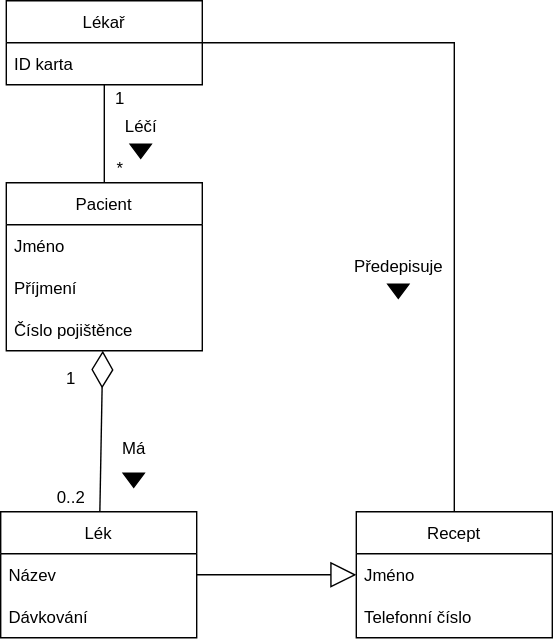
The draw.io diagram 25032022.2.drawio.svg in hongolem/Diagrams, before a commit. Source tidied: cells renumbered, new cells last; positions are measured from the earlier drawing's top-left corner, leaving out a move shared by most shapes.
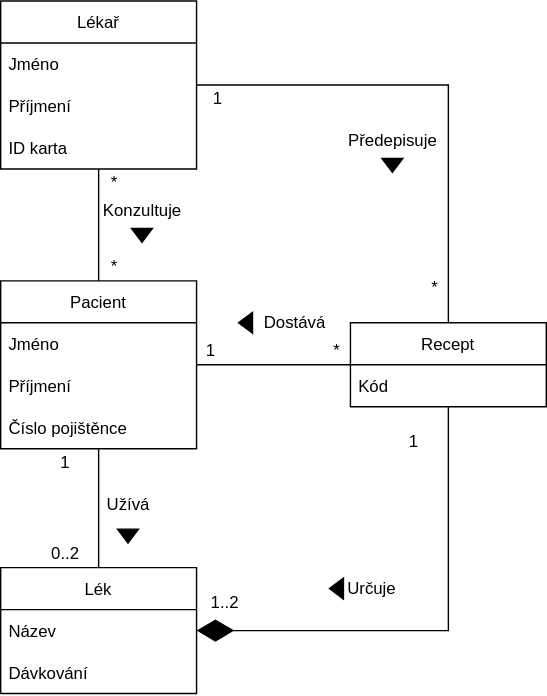
The same file after the commit.

Change to the diagram source:
```diff
@@ -3,13 +3,19 @@
     <mxCell id="0" />
     <mxCell id="1" parent="0" />
     <mxCell id="2" value="Lékař" style="swimlane;fontStyle=0;horizontal=1;startSize=30;" parent="1" vertex="1">
-      <mxGeometry x="4" width="140" height="60" as="geometry" />
+      <mxGeometry x="4" y="-40" width="140" height="120" as="geometry" />
     </mxCell>
+    <mxCell id="28" value="Jméno" style="text;strokeColor=none;fillColor=none;align=left;verticalAlign=middle;spacingLeft=4;spacingRight=4;overflow=hidden;" parent="2" vertex="1">
+      <mxGeometry y="30" width="140" height="30" as="geometry" />
+    </mxCell>
+    <mxCell id="29" value="Příjmení" style="text;strokeColor=none;fillColor=none;align=left;verticalAlign=middle;spacingLeft=4;spacingRight=4;overflow=hidden;" parent="2" vertex="1">
+      <mxGeometry y="60" width="140" height="30" as="geometry" />
+    </mxCell>
     <mxCell id="3" value="ID karta" style="text;strokeColor=none;fillColor=none;align=left;verticalAlign=middle;spacingLeft=4;spacingRight=4;overflow=hidden;" parent="2" vertex="1">
-      <mxGeometry y="30" width="140" height="30" as="geometry" />
+      <mxGeometry y="90" width="140" height="30" as="geometry" />
     </mxCell>
     <mxCell id="4" value="Pacient" style="swimlane;fontStyle=0;horizontal=1;startSize=30;" parent="1" vertex="1">
-      <mxGeometry x="4" y="130" width="140" height="120" as="geometry" />
+      <mxGeometry x="4" y="160" width="140" height="120" as="geometry" />
     </mxCell>
     <mxCell id="5" value="Jméno" style="text;strokeColor=none;fillColor=none;align=left;verticalAlign=middle;spacingLeft=4;spacingRight=4;overflow=hidden;" parent="4" vertex="1">
       <mxGeometry y="30" width="140" height="30" as="geometry" />
@@ -24,19 +30,19 @@
       <mxGeometry relative="1" as="geometry" />
     </mxCell>
     <mxCell id="9" style="triangle;whiteSpace=wrap;html=1;fillColor=#000000;rotation=90;" parent="1" vertex="1">
-      <mxGeometry x="95" y="100" width="10" height="15" as="geometry" />
+      <mxGeometry x="100" y="120" width="10" height="15" as="geometry" />
     </mxCell>
-    <mxCell id="10" value="Léčí" style="text;html=1;align=center;verticalAlign=middle;strokeColor=none;fillColor=none;" parent="1" vertex="1">
-      <mxGeometry x="80" y="80" width="40" height="20" as="geometry" />
+    <mxCell id="10" value="Konzultuje" style="text;html=1;align=center;verticalAlign=middle;strokeColor=none;fillColor=none;" parent="1" vertex="1">
+      <mxGeometry x="70" y="100" width="70" height="20" as="geometry" />
     </mxCell>
-    <mxCell id="11" value="1" style="text;html=1;align=center;verticalAlign=middle;strokeColor=none;fillColor=none;" parent="1" vertex="1">
-      <mxGeometry x="75" y="60" width="20" height="20" as="geometry" />
+    <mxCell id="11" value="*" style="text;html=1;align=center;verticalAlign=middle;strokeColor=none;fillColor=none;" parent="1" vertex="1">
+      <mxGeometry x="75" y="80" width="20" height="20" as="geometry" />
     </mxCell>
     <mxCell id="12" value="*" style="text;html=1;align=center;verticalAlign=middle;strokeColor=none;fillColor=none;" parent="1" vertex="1">
-      <mxGeometry x="75" y="110" width="20" height="20" as="geometry" />
+      <mxGeometry x="75" y="140" width="20" height="20" as="geometry" />
     </mxCell>
     <mxCell id="13" value="Lék" style="swimlane;fontStyle=0;horizontal=1;startSize=30;" parent="1" vertex="1">
-      <mxGeometry y="365" width="140" height="90" as="geometry" />
+      <mxGeometry x="4" y="365" width="140" height="90" as="geometry" />
     </mxCell>
     <mxCell id="14" value="Název" style="text;strokeColor=none;fillColor=none;align=left;verticalAlign=middle;spacingLeft=4;spacingRight=4;overflow=hidden;" parent="13" vertex="1">
       <mxGeometry y="30" width="140" height="30" as="geometry" />
@@ -47,42 +53,76 @@
     <mxCell id="16" style="triangle;whiteSpace=wrap;html=1;fillColor=#000000;rotation=90;" parent="1" vertex="1">
       <mxGeometry x="90" y="335" width="10" height="15" as="geometry" />
     </mxCell>
-    <mxCell id="17" value="Má" style="text;html=1;align=center;verticalAlign=middle;strokeColor=none;fillColor=none;" parent="1" vertex="1">
-      <mxGeometry x="80" y="310" width="30" height="20" as="geometry" />
+    <mxCell id="17" value="Užívá" style="text;html=1;align=center;verticalAlign=middle;strokeColor=none;fillColor=none;" parent="1" vertex="1">
+      <mxGeometry x="70" y="310" width="50" height="20" as="geometry" />
     </mxCell>
     <mxCell id="18" value="0..2" style="text;html=1;align=center;verticalAlign=middle;strokeColor=none;fillColor=none;" parent="1" vertex="1">
       <mxGeometry x="30" y="345" width="40" height="20" as="geometry" />
     </mxCell>
     <mxCell id="19" value="1" style="text;html=1;align=center;verticalAlign=middle;strokeColor=none;fillColor=none;" parent="1" vertex="1">
-      <mxGeometry x="40" y="260" width="20" height="20" as="geometry" />
+      <mxGeometry x="40" y="280" width="20" height="20" as="geometry" />
     </mxCell>
     <mxCell id="20" value="Recept" style="swimlane;fontStyle=0;horizontal=1;startSize=30;" parent="1" vertex="1">
-      <mxGeometry x="254" y="365" width="140" height="90" as="geometry" />
+      <mxGeometry x="254" y="190" width="140" height="60" as="geometry" />
     </mxCell>
-    <mxCell id="21" value="Jméno" style="text;strokeColor=none;fillColor=none;align=left;verticalAlign=middle;spacingLeft=4;spacingRight=4;overflow=hidden;" parent="20" vertex="1">
+    <mxCell id="21" value="Kód" style="text;strokeColor=none;fillColor=none;align=left;verticalAlign=middle;spacingLeft=4;spacingRight=4;overflow=hidden;" parent="20" vertex="1">
       <mxGeometry y="30" width="140" height="30" as="geometry" />
     </mxCell>
-    <mxCell id="22" value="Telefonní číslo" style="text;strokeColor=none;fillColor=none;align=left;verticalAlign=middle;spacingLeft=4;spacingRight=4;overflow=hidden;" parent="20" vertex="1">
-      <mxGeometry y="60" width="140" height="30" as="geometry" />
-    </mxCell>
-    <mxCell id="23" style="endArrow=diamondThin;endFill=0;endSize=24;html=1;rounded=0;" parent="1" edge="1" source="13" target="4">
-      <mxGeometry relative="1" as="geometry" />
-    </mxCell>
-    <mxCell id="24" style="endArrow=block;endSize=16;endFill=0;html=1;rounded=0;" parent="1" edge="1" source="13" target="20">
-      <mxGeometry relative="1" as="geometry" />
-    </mxCell>
     <mxCell id="25" style="endArrow=none;html=1;rounded=0;" parent="1" edge="1" source="2" target="20">
       <mxGeometry relative="1" as="geometry">
         <Array as="points">
-          <mxPoint x="324" y="30" />
+          <mxPoint x="324" y="20" />
         </Array>
       </mxGeometry>
     </mxCell>
     <mxCell id="26" style="triangle;whiteSpace=wrap;html=1;fillColor=#000000;rotation=90;" parent="1" vertex="1">
-      <mxGeometry x="279" y="200" width="10" height="15" as="geometry" />
+      <mxGeometry x="279" y="70" width="10" height="15" as="geometry" />
     </mxCell>
     <mxCell id="27" value="Předepisuje" style="text;html=1;align=center;verticalAlign=middle;strokeColor=none;fillColor=none;" parent="1" vertex="1">
-      <mxGeometry x="244" y="180" width="80" height="20" as="geometry" />
+      <mxGeometry x="244" y="50" width="80" height="20" as="geometry" />
     </mxCell>
+    <mxCell id="23" style="endArrow=none;html=1;rounded=0;" parent="1" edge="1" source="13" target="4">
+      <mxGeometry relative="1" as="geometry" />
+    </mxCell>
+    <mxCell id="30" style="triangle;whiteSpace=wrap;html=1;fillColor=#000000;rotation=-180;" parent="1" vertex="1">
+      <mxGeometry x="239" y="372.5" width="10" height="15" as="geometry" />
+    </mxCell>
+    <mxCell id="31" value="Určuje" style="text;html=1;align=center;verticalAlign=middle;strokeColor=none;fillColor=none;" parent="1" vertex="1">
+      <mxGeometry x="244" y="370" width="50" height="20" as="geometry" />
+    </mxCell>
+    <mxCell id="32" value="1..2" style="text;html=1;align=center;verticalAlign=middle;strokeColor=none;fillColor=none;" parent="1" vertex="1">
+      <mxGeometry x="144" y="380" width="40" height="20" as="geometry" />
+    </mxCell>
+    <mxCell id="33" value="1" style="text;html=1;align=center;verticalAlign=middle;strokeColor=none;fillColor=none;" parent="1" vertex="1">
+      <mxGeometry x="289" y="265" width="20" height="20" as="geometry" />
+    </mxCell>
+    <mxCell id="34" style="endArrow=none;html=1;rounded=0;" parent="1" edge="1" source="20" target="4">
+      <mxGeometry relative="1" as="geometry" />
+    </mxCell>
+    <mxCell id="35" value="*" style="text;html=1;align=center;verticalAlign=middle;strokeColor=none;fillColor=none;" parent="1" vertex="1">
+      <mxGeometry x="304" y="155" width="20" height="20" as="geometry" />
+    </mxCell>
+    <mxCell id="36" value="1" style="text;html=1;align=center;verticalAlign=middle;strokeColor=none;fillColor=none;" parent="1" vertex="1">
+      <mxGeometry x="149" y="20" width="20" height="20" as="geometry" />
+    </mxCell>
+    <mxCell id="37" value="*" style="text;html=1;align=center;verticalAlign=middle;strokeColor=none;fillColor=none;" parent="1" vertex="1">
+      <mxGeometry x="234" y="200" width="20" height="20" as="geometry" />
+    </mxCell>
+    <mxCell id="38" value="1" style="text;html=1;align=center;verticalAlign=middle;strokeColor=none;fillColor=none;" parent="1" vertex="1">
+      <mxGeometry x="144" y="200" width="20" height="20" as="geometry" />
+    </mxCell>
+    <mxCell id="39" style="triangle;whiteSpace=wrap;html=1;fillColor=#000000;rotation=-180;" parent="1" vertex="1">
+      <mxGeometry x="174" y="182.5" width="10" height="15" as="geometry" />
+    </mxCell>
+    <mxCell id="40" value="Dostává" style="text;html=1;align=center;verticalAlign=middle;strokeColor=none;fillColor=none;" parent="1" vertex="1">
+      <mxGeometry x="184" y="180" width="60" height="20" as="geometry" />
+    </mxCell>
+    <mxCell id="41" style="endArrow=diamondThin;endFill=1;endSize=24;html=1;rounded=0;" parent="1" edge="1" source="20" target="13">
+      <mxGeometry relative="1" as="geometry">
+        <Array as="points">
+          <mxPoint x="324" y="410" />
+        </Array>
+      </mxGeometry>
+    </mxCell>
   </root>
 </mxGraphModel>
```
